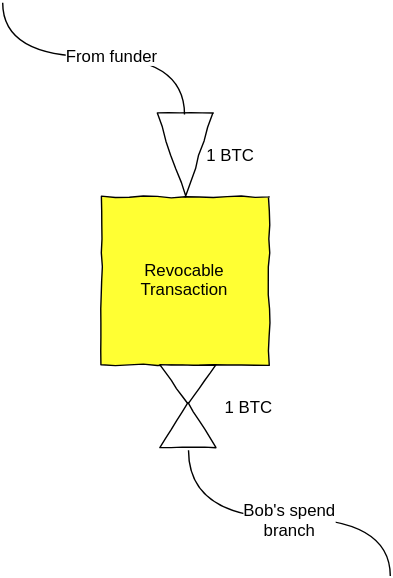
Above: Revocable_Transaction2.svg in PayChan/bitcoin-payment-channels-taxonomy (draw.io), before the change. Source tidied: cells renumbered, new cells last; positions are measured from the earlier drawing's top-left corner, leaving out a move shared by most shapes.
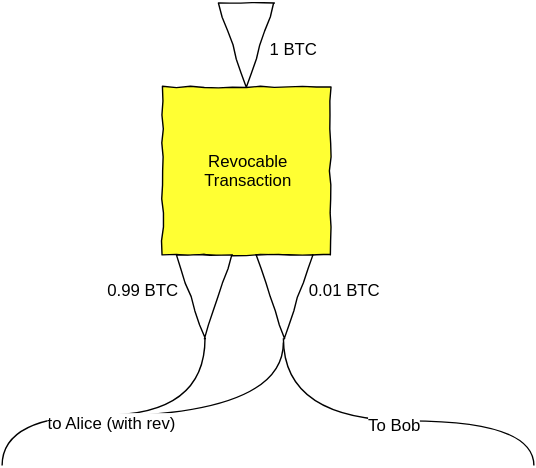
The same file after the commit.

The edit, as a diff of the source:
```diff
@@ -2,72 +2,74 @@
   <root>
     <mxCell id="0" />
     <mxCell id="1" parent="0" />
-    <mxCell id="2" value="Revocable&lt;div&gt;Transaction&lt;/div&gt;" style="whiteSpace=wrap;html=1;comic=1;fillColor=#FFFF33;" parent="1" vertex="1">
-      <mxGeometry x="71" y="139.1" width="120" height="120" as="geometry" />
+    <mxCell id="2" style="endArrow=none;html=1;edgeStyle=orthogonalEdgeStyle;endFill=0;curved=1;" parent="1" edge="1">
+      <mxGeometry x="348.9" y="7423.1" as="geometry">
+        <mxPoint x="196" y="285" as="sourcePoint" />
+        <mxPoint x="58" y="338" as="targetPoint" />
+        <Array as="points">
+          <mxPoint x="196" y="338" />
+        </Array>
+      </mxGeometry>
     </mxCell>
-    <mxCell id="3" style="triangle;whiteSpace=wrap;html=1;comic=1;rotation=90;" parent="1" vertex="1">
-      <mxGeometry x="101" y="89.1" width="60" height="40" as="geometry" />
+    <mxCell id="3" value="Revocable&lt;div&gt;Transaction&lt;/div&gt;" style="whiteSpace=wrap;html=1;comic=1;fillColor=#FFFF33;" parent="1" vertex="1">
+      <mxGeometry x="109.6" y="102.4" width="120" height="120" as="geometry" />
     </mxCell>
-    <mxCell id="4" style="endArrow=none;html=1;edgeStyle=orthogonalEdgeStyle;entryX=0;entryY=0.5;endFill=0;curved=1;" parent="1" edge="1">
-      <mxGeometry x="429" y="7124.1" as="geometry">
-        <mxPoint x="0.4" y="0.3" as="sourcePoint" />
-        <mxPoint x="130.4" y="80.3" as="targetPoint" />
-        <Array as="points">
-          <mxPoint x="1" y="39.1" />
-          <mxPoint x="131" y="39.1" />
-        </Array>
-      </mxGeometry>
+    <mxCell id="4" style="triangle;whiteSpace=wrap;html=1;comic=1;rotation=90;" parent="1" vertex="1">
+      <mxGeometry x="139.6" y="52.4" width="60" height="40" as="geometry" />
     </mxCell>
-    <mxCell id="5" value="From funder" style="text;html=1;points=[];align=center;verticalAlign=middle;labelBackgroundColor=#ffffff;" parent="4" vertex="1">
-      <mxGeometry relative="1" as="geometry">
-        <mxPoint x="10" y="-2" as="offset" />
-      </mxGeometry>
+    <mxCell id="5" style="triangle;whiteSpace=wrap;html=1;comic=1;rotation=90;" parent="1" vertex="1">
+      <mxGeometry x="109.6" y="232.4" width="60" height="40" as="geometry" />
     </mxCell>
-    <mxCell id="6" value="From funder" style="text;html=1;align=center;verticalAlign=middle;labelBackgroundColor=#ffffff;" parent="1" vertex="1">
-      <mxGeometry x="77.6" y="36.9" as="geometry">
-        <mxPoint x="10" y="-2" as="offset" />
+    <mxCell id="6" style="endArrow=none;html=1;edgeStyle=orthogonalEdgeStyle;endFill=0;curved=1;exitX=1;exitY=0.5;" parent="1" edge="1" source="5">
+      <mxGeometry x="292.6" y="7431.4" as="geometry">
+        <mxPoint x="-5" y="373" as="targetPoint" />
+        <Array as="points">
+          <mxPoint x="139.6" y="337" />
+          <mxPoint x="-5.4" y="337" />
+        </Array>
       </mxGeometry>
     </mxCell>
-    <mxCell id="7" style="endArrow=none;html=1;edgeStyle=orthogonalEdgeStyle;entryX=0;entryY=0.5;endFill=0;curved=1;exitX=1;exitY=0.5;" parent="1" edge="1">
-      <mxGeometry x="576" y="7454.1" as="geometry">
-        <mxPoint x="133.3" y="320.3" as="sourcePoint" />
-        <mxPoint x="277.6" y="410.3" as="targetPoint" />
-        <Array as="points">
-          <mxPoint x="133" y="369.1" />
-          <mxPoint x="278" y="369.1" />
-        </Array>
+    <mxCell id="7" value="to Alice (with rev)" style="text;html=1;align=center;verticalAlign=middle;labelBackgroundColor=#ffffff;" parent="6" vertex="1">
+      <mxGeometry relative="1" as="geometry">
+        <mxPoint x="-4" y="4" as="offset" />
       </mxGeometry>
     </mxCell>
-    <mxCell id="8" value="Bob's spend&lt;div&gt;branch&lt;/div&gt;" style="text;html=1;align=center;verticalAlign=middle;labelBackgroundColor=#ffffff;" parent="7" vertex="1">
-      <mxGeometry relative="1" as="geometry">
-        <mxPoint x="3" as="offset" />
+    <mxCell id="8" value="to Alice (with rev)" style="text;html=1;align=center;verticalAlign=middle;labelBackgroundColor=#ffffff;" parent="1" vertex="1">
+      <mxGeometry x="73" y="341" as="geometry">
+        <mxPoint x="-4" y="4" as="offset" />
       </mxGeometry>
     </mxCell>
-    <mxCell id="9" value="Bob's spend&lt;div&gt;branch&lt;/div&gt;" style="text;html=1;align=center;verticalAlign=middle;labelBackgroundColor=#ffffff;" parent="1" vertex="1">
-      <mxGeometry x="204.9" y="368.9" as="geometry">
-        <mxPoint x="3" as="offset" />
+    <mxCell id="9" style="endArrow=none;html=1;edgeStyle=orthogonalEdgeStyle;endFill=0;curved=1;exitX=1;exitY=0.5;" parent="1" edge="1">
+      <mxGeometry x="639.6" y="7426.4" as="geometry">
+        <mxPoint x="196" y="282" as="sourcePoint" />
+        <mxPoint x="375" y="373" as="targetPoint" />
+        <Array as="points">
+          <mxPoint x="196" y="341" />
+          <mxPoint x="375" y="341" />
+        </Array>
       </mxGeometry>
     </mxCell>
-    <mxCell id="10" value="1 BTC" style="text;html=1;strokeColor=none;fillColor=none;align=center;verticalAlign=middle;whiteSpace=wrap;overflow=hidden;comic=1;" parent="1" vertex="1">
-      <mxGeometry x="142" y="89.1" width="42" height="39" as="geometry" />
+    <mxCell id="10" value="To Bob" style="text;html=1;align=center;verticalAlign=middle;labelBackgroundColor=#ffffff;" parent="9" vertex="1">
+      <mxGeometry relative="1" as="geometry">
+        <mxPoint x="3" y="2" as="offset" />
+      </mxGeometry>
     </mxCell>
-    <mxCell id="11" value="1 BTC" style="text;html=1;strokeColor=none;fillColor=none;align=center;verticalAlign=middle;whiteSpace=wrap;overflow=hidden;comic=1;" parent="1" vertex="1">
-      <mxGeometry x="152" y="269.1" width="48" height="39" as="geometry" />
+    <mxCell id="11" value="To Bob" style="text;html=1;align=center;verticalAlign=middle;labelBackgroundColor=#ffffff;" parent="1" vertex="1">
+      <mxGeometry x="275" y="343" as="geometry">
+        <mxPoint x="3" y="2" as="offset" />
+      </mxGeometry>
     </mxCell>
-    <mxCell id="12" style="group;" parent="1" vertex="1">
-      <mxGeometry x="116.9" y="253.3" width="32" height="69" as="geometry" />
+    <mxCell id="12" value="&lt;div&gt;0.99 BTC&lt;/div&gt;" style="text;html=1;strokeColor=none;fillColor=none;align=center;verticalAlign=middle;whiteSpace=wrap;overflow=hidden;comic=1;" parent="1" vertex="1">
+      <mxGeometry x="66.6" y="227.4" width="57" height="39" as="geometry" />
     </mxCell>
-    <mxCell id="13" style="triangle;whiteSpace=wrap;html=1;comic=1;rotation=90;" parent="12" vertex="1">
-      <mxGeometry x="2" width="28" height="40" as="geometry" />
+    <mxCell id="13" value="&lt;div&gt;0.01 BTC&lt;/div&gt;" style="text;html=1;strokeColor=none;fillColor=none;align=center;verticalAlign=middle;whiteSpace=wrap;overflow=hidden;comic=1;" parent="1" vertex="1">
+      <mxGeometry x="210.6" y="227.4" width="57" height="39" as="geometry" />
     </mxCell>
-    <mxCell id="14" style="triangle;whiteSpace=wrap;html=1;comic=1;rotation=-90;" parent="12" vertex="1">
-      <mxGeometry y="29" width="32" height="40" as="geometry" />
+    <mxCell id="14" value="1 BTC" style="text;html=1;strokeColor=none;fillColor=none;align=center;verticalAlign=middle;whiteSpace=wrap;overflow=hidden;comic=1;" parent="1" vertex="1">
+      <mxGeometry x="182" y="55.1" width="42" height="39" as="geometry" />
     </mxCell>
     <mxCell id="15" style="triangle;whiteSpace=wrap;html=1;comic=1;rotation=90;" parent="1" vertex="1">
-      <mxGeometry x="118.9" y="253.3" width="28" height="40" as="geometry" />
+      <mxGeometry x="166.6" y="232.4" width="60" height="40" as="geometry" />
     </mxCell>
-    <mxCell id="16" style="triangle;whiteSpace=wrap;html=1;comic=1;rotation=-90;" parent="1" vertex="1">
-      <mxGeometry x="116.9" y="282.3" width="32" height="40" as="geometry" />
-    </mxCell>
   </root>
 </mxGraphModel>
```
